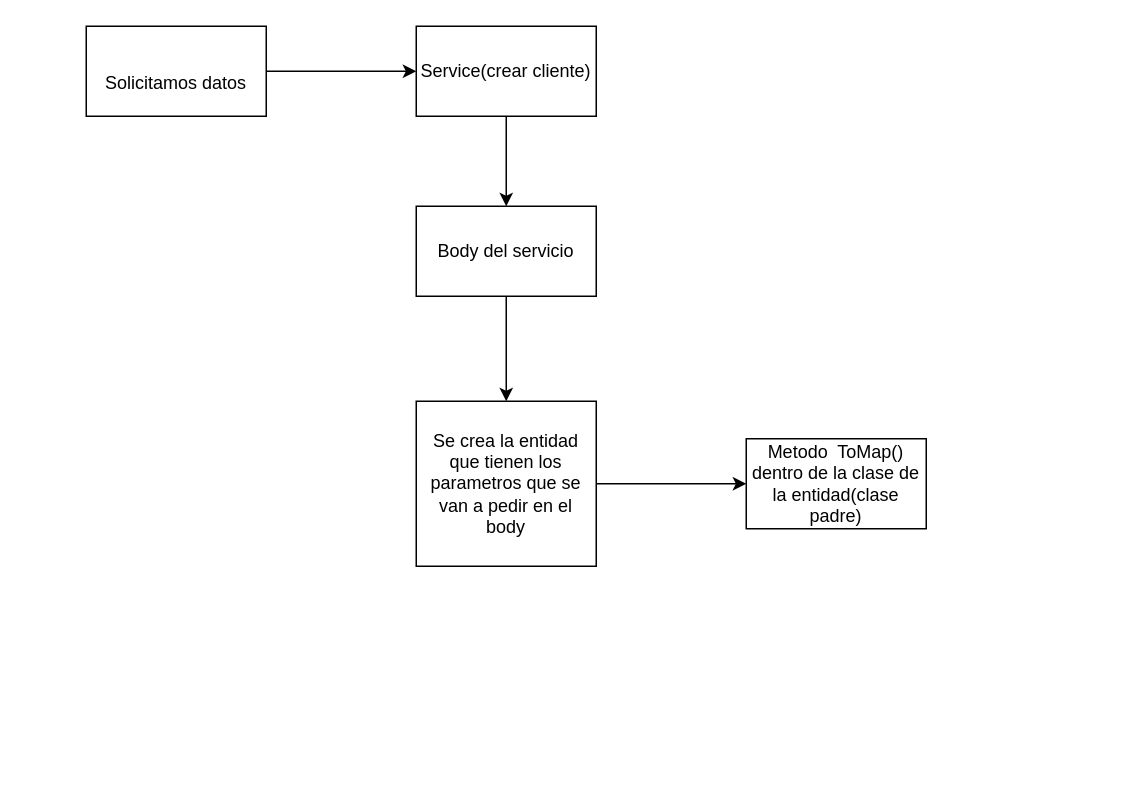
EstebanGitPro/Digramas keeps this draw.io diagram as flujo_Datos_RB_Register_Client.drawio. Above is the earlier version. Source tidied: cells renumbered, new cells numbered last; positions are measured from the earlier drawing's top-left corner, leaving out a move shared by most shapes. Both pictures are drawn from the tidied source at 150%, with x=0, y=0 at pixel (86, 26).
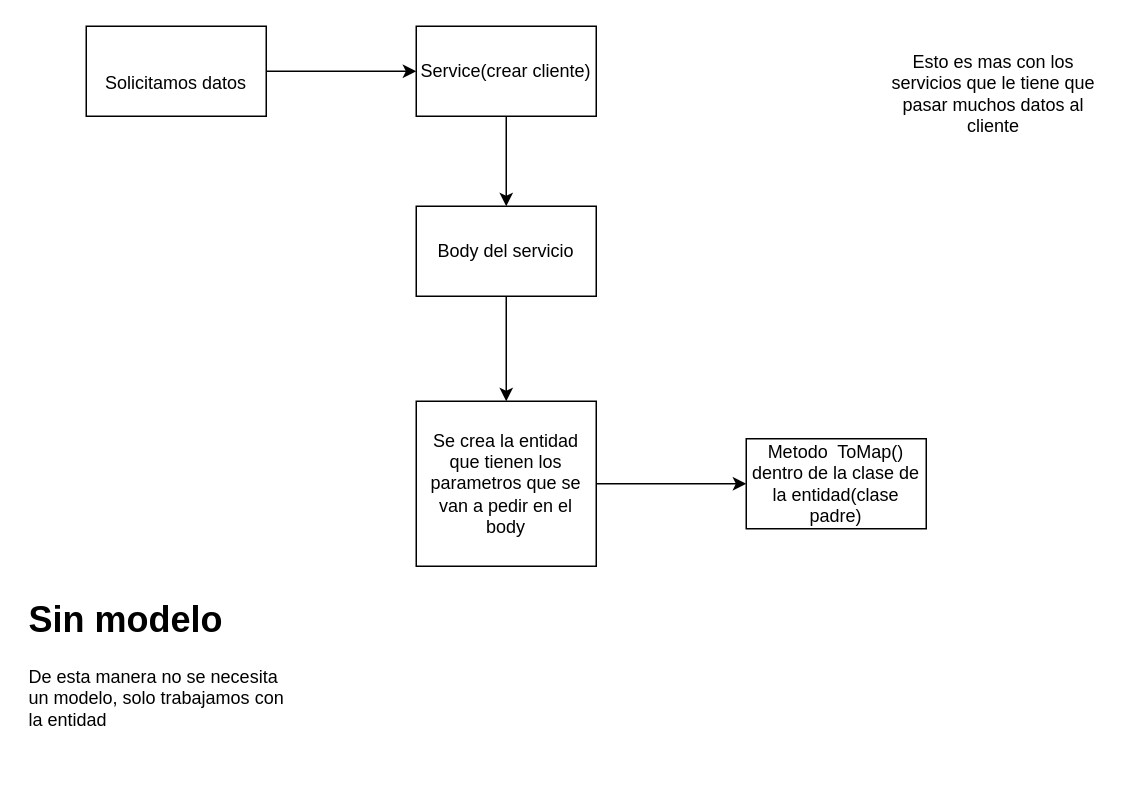
Above is the later version.

What changed in the source:
```diff
@@
 <mxGraphModel>
   <root>
     <mxCell id="0" />
     <mxCell id="1" parent="0" />
     <mxCell id="2" style="edgeStyle=orthogonalEdgeStyle;rounded=0;jettySize=auto;html=1;entryX=0;entryY=0.5;entryDx=0;entryDy=0;" parent="1" edge="1" source="3" target="5">
       <mxGeometry relative="1" as="geometry" />
     </mxCell>
     <mxCell id="3" value="&lt;div&gt;&lt;br&gt;&lt;/div&gt;&lt;div&gt;Solicitamos datos&lt;/div&gt;" style="rounded=0;whiteSpace=wrap;html=1;" parent="1" vertex="1">
       <mxGeometry width="120" height="60" as="geometry" />
     </mxCell>
     <mxCell id="4" style="edgeStyle=orthogonalEdgeStyle;rounded=0;jettySize=auto;html=1;" parent="1" edge="1" source="5" target="7">
       <mxGeometry relative="1" as="geometry" />
     </mxCell>
     <mxCell id="5" value="&lt;div&gt;Service(crear cliente)&lt;/div&gt;" style="rounded=0;whiteSpace=wrap;html=1;" parent="1" vertex="1">
       <mxGeometry x="220" width="120" height="60" as="geometry" />
     </mxCell>
     <mxCell id="6" style="edgeStyle=orthogonalEdgeStyle;rounded=0;jettySize=auto;html=1;" parent="1" edge="1" source="7" target="9">
       <mxGeometry relative="1" as="geometry" />
     </mxCell>
     <mxCell id="7" value="Body del servicio" style="rounded=0;whiteSpace=wrap;html=1;" parent="1" vertex="1">
       <mxGeometry x="220" y="120" width="120" height="60" as="geometry" />
     </mxCell>
     <mxCell id="8" style="edgeStyle=orthogonalEdgeStyle;rounded=0;jettySize=auto;html=1;" parent="1" edge="1" source="9" target="10">
       <mxGeometry relative="1" as="geometry" />
     </mxCell>
     <mxCell id="9" value="Se crea la entidad que tienen los parametros que se van a pedir en el body" style="rounded=0;whiteSpace=wrap;html=1;" parent="1" vertex="1">
       <mxGeometry x="220" y="250" width="120" height="110" as="geometry" />
     </mxCell>
     <mxCell id="10" value="Metodo&amp;nbsp; ToMap() dentro de la clase de la entidad(clase padre)" style="rounded=0;whiteSpace=wrap;html=1;" parent="1" vertex="1">
       <mxGeometry x="440" y="275" width="120" height="60" as="geometry" />
     </mxCell>
+    <mxCell id="11" value="&lt;h1 style=&quot;margin-top: 0px;&quot;&gt;Sin modelo&lt;/h1&gt;&lt;p&gt;De esta manera no se necesita un modelo, solo trabajamos con la entidad&lt;/p&gt;" style="text;html=1;whiteSpace=wrap;overflow=hidden;rounded=0;" parent="1" vertex="1">
+      <mxGeometry x="-40" y="375" width="180" height="120" as="geometry" />
+    </mxCell>
+    <mxCell id="12" value="Esto es mas con los servicios que le tiene que pasar muchos datos al cliente" style="text;html=1;align=center;verticalAlign=middle;whiteSpace=wrap;rounded=0;" parent="1" vertex="1">
+      <mxGeometry x="530" y="10" width="150" height="70" as="geometry" />
+    </mxCell>
   </root>
 </mxGraphModel>
```
